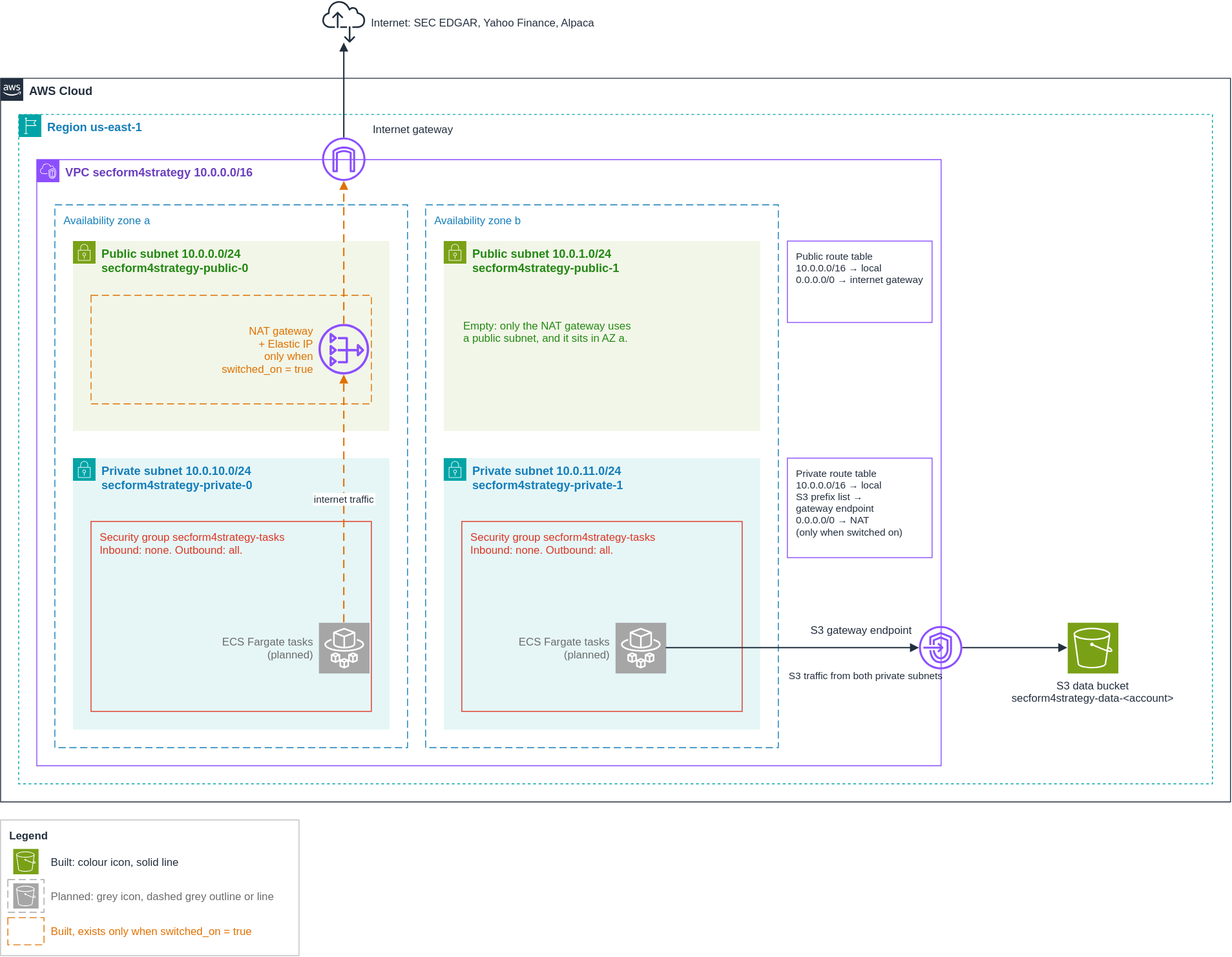
Earlier version of the draw.io export docs/diagrams/aws-network.drawio.svg (josemita87/SecForm4Strategy). Source tidied: cells renumbered, new cells last; positions are measured from the earlier drawing's top-left corner, leaving out a move shared by most shapes.
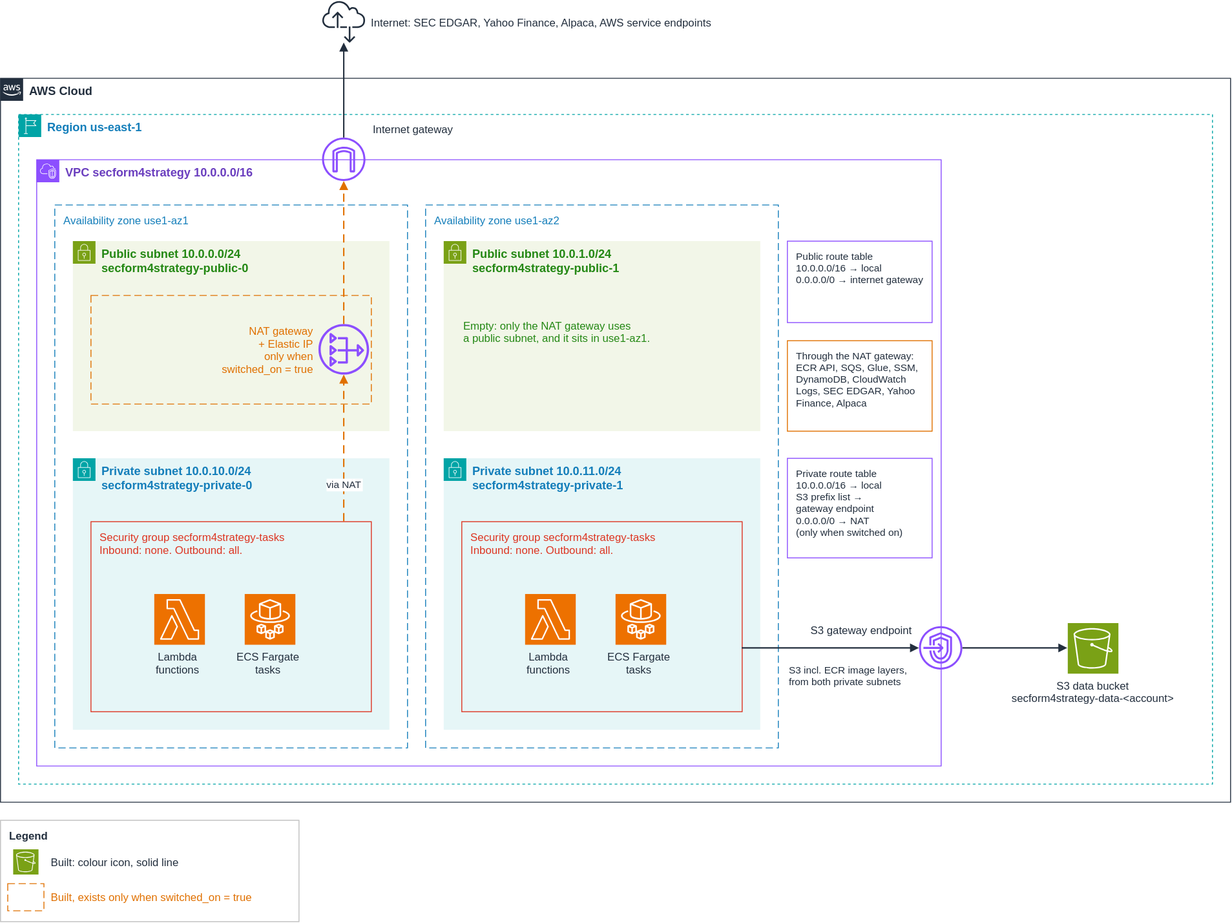
Later version of the same file.

Commit message:
feat: make status, a CloudWatch dashboard, and AWS diagrams as built

Diff of the diagram source:
```diff
@@ -2,7 +2,7 @@
   <root>
     <mxCell id="0" />
     <mxCell id="1" parent="0" />
-    <mxCell id="2" value="Internet: SEC EDGAR, Yahoo Finance, Alpaca" style="outlineConnect=0;fontColor=#232F3E;gradientColor=none;fillColor=#232F3E;strokeColor=none;dashed=0;verticalLabelPosition=bottom;verticalAlign=top;align=center;html=0;fontSize=12;fontStyle=0;shape=mxgraph.aws4.internet_alt2;labelPosition=right;verticalLabelPosition=middle;align=left;verticalAlign=middle;spacingLeft=4;" parent="1" vertex="1">
+    <mxCell id="2" value="Internet: SEC EDGAR, Yahoo Finance, Alpaca, AWS service endpoints" style="outlineConnect=0;fontColor=#232F3E;gradientColor=none;fillColor=#232F3E;strokeColor=none;dashed=0;verticalLabelPosition=bottom;verticalAlign=top;align=center;html=0;fontSize=12;fontStyle=0;shape=mxgraph.aws4.internet_alt2;labelPosition=right;verticalLabelPosition=middle;align=left;verticalAlign=middle;spacingLeft=4;" parent="1" vertex="1">
       <mxGeometry x="356" width="48" height="48" as="geometry" />
     </mxCell>
     <mxCell id="3" value="AWS Cloud" style="gradientColor=none;html=0;fontSize=13;fontStyle=1;shape=mxgraph.aws4.group;verticalAlign=top;align=left;spacingLeft=30;grIcon=mxgraph.aws4.group_aws_cloud_alt;strokeColor=#232F3E;fillColor=none;fontColor=#232F3E;dashed=0;" parent="1" vertex="1">
@@ -14,10 +14,10 @@
     <mxCell id="5" value="VPC secform4strategy  10.0.0.0/16" style="gradientColor=none;html=0;fontSize=13;fontStyle=1;shape=mxgraph.aws4.group;verticalAlign=top;align=left;spacingLeft=30;grIcon=mxgraph.aws4.group_vpc2;strokeColor=#8C4FFF;fillColor=none;fontColor=#6B3FBF;dashed=0;" parent="1" vertex="1">
       <mxGeometry x="40" y="176" width="1000" height="670" as="geometry" />
     </mxCell>
-    <mxCell id="6" value="Availability zone a" style="rounded=0;arcSize=6;html=0;fillColor=none;strokeColor=#147EBA;fontColor=#147EBA;fontSize=12;fontStyle=0;verticalAlign=top;align=left;spacingLeft=8;spacingTop=4;spacingRight=8;dashed=1;dashPattern=8 4;" parent="1" vertex="1">
+    <mxCell id="6" value="Availability zone use1-az1" style="rounded=0;arcSize=6;html=0;fillColor=none;strokeColor=#147EBA;fontColor=#147EBA;fontSize=12;fontStyle=0;verticalAlign=top;align=left;spacingLeft=8;spacingTop=4;spacingRight=8;dashed=1;dashPattern=8 4;" parent="1" vertex="1">
       <mxGeometry x="60" y="226" width="390" height="600" as="geometry" />
     </mxCell>
-    <mxCell id="7" value="Availability zone b" style="rounded=0;arcSize=6;html=0;fillColor=none;strokeColor=#147EBA;fontColor=#147EBA;fontSize=12;fontStyle=0;verticalAlign=top;align=left;spacingLeft=8;spacingTop=4;spacingRight=8;dashed=1;dashPattern=8 4;" parent="1" vertex="1">
+    <mxCell id="7" value="Availability zone use1-az2" style="rounded=0;arcSize=6;html=0;fillColor=none;strokeColor=#147EBA;fontColor=#147EBA;fontSize=12;fontStyle=0;verticalAlign=top;align=left;spacingLeft=8;spacingTop=4;spacingRight=8;dashed=1;dashPattern=8 4;" parent="1" vertex="1">
       <mxGeometry x="470" y="226" width="390" height="600" as="geometry" />
     </mxCell>
     <mxCell id="8" value="Public subnet 10.0.0.0/24&#10;secform4strategy-public-0" style="gradientColor=none;html=0;fontSize=13;fontStyle=1;shape=mxgraph.aws4.group;verticalAlign=top;align=left;spacingLeft=30;grIcon=mxgraph.aws4.group_security_group;grStroke=0;strokeColor=#7AA116;fillColor=#F2F6E8;fontColor=#248814;dashed=0;" parent="1" vertex="1">
@@ -26,7 +26,7 @@
     <mxCell id="9" value="Public subnet 10.0.1.0/24&#10;secform4strategy-public-1" style="gradientColor=none;html=0;fontSize=13;fontStyle=1;shape=mxgraph.aws4.group;verticalAlign=top;align=left;spacingLeft=30;grIcon=mxgraph.aws4.group_security_group;grStroke=0;strokeColor=#7AA116;fillColor=#F2F6E8;fontColor=#248814;dashed=0;" parent="1" vertex="1">
       <mxGeometry x="490" y="266" width="350" height="210" as="geometry" />
     </mxCell>
-    <mxCell id="10" value="Empty: only the NAT gateway uses&#10;a public subnet, and it sits in AZ a." style="text;html=0;strokeColor=none;fillColor=none;align=left;verticalAlign=middle;fontSize=12;fontColor=#248814;fontStyle=0;" parent="1" vertex="1">
+    <mxCell id="10" value="Empty: only the NAT gateway uses&#10;a public subnet, and it sits in use1-az1." style="text;html=0;strokeColor=none;fillColor=none;align=left;verticalAlign=middle;fontSize=12;fontColor=#248814;fontStyle=0;" parent="1" vertex="1">
       <mxGeometry x="510" y="336" width="310" height="60" as="geometry" />
     </mxCell>
     <mxCell id="11" style="rounded=0;arcSize=6;html=0;fillColor=none;strokeColor=#E07000;fontColor=#232F3E;fontSize=12;fontStyle=0;verticalAlign=top;align=left;spacingLeft=8;spacingTop=4;spacingRight=8;dashed=1;dashPattern=8 4;" parent="1" vertex="1">
@@ -47,11 +47,11 @@
     <mxCell id="16" value="Security group secform4strategy-tasks&#10;Inbound: none. Outbound: all." style="rounded=0;arcSize=6;html=0;fillColor=none;strokeColor=#DD3522;fontColor=#DD3522;fontSize=12;fontStyle=0;verticalAlign=top;align=left;spacingLeft=8;spacingTop=4;spacingRight=8;" parent="1" vertex="1">
       <mxGeometry x="510" y="576" width="310" height="210" as="geometry" />
     </mxCell>
-    <mxCell id="17" value="ECS Fargate tasks&#10;(planned)" style="points=[[0,0,0],[0.25,0,0],[0.5,0,0],[0.75,0,0],[1,0,0],[0,1,0],[0.25,1,0],[0.5,1,0],[0.75,1,0],[1,1,0],[0,0.25,0],[0,0.5,0],[0,0.75,0],[1,0.25,0],[1,0.5,0],[1,0.75,0]];outlineConnect=0;fontColor=#6B6B6B;fillColor=#A6A6A6;strokeColor=#ffffff;dashed=0;verticalLabelPosition=bottom;verticalAlign=top;align=center;html=0;fontSize=12;fontStyle=0;shape=mxgraph.aws4.resourceIcon;resIcon=mxgraph.aws4.fargate;labelPosition=left;verticalLabelPosition=middle;align=right;verticalAlign=middle;spacingRight=4;" parent="1" vertex="1">
-      <mxGeometry x="352" y="688" width="56" height="56" as="geometry" />
+    <mxCell id="17" value="ECS Fargate&#10;tasks" style="points=[[0,0,0],[0.25,0,0],[0.5,0,0],[0.75,0,0],[1,0,0],[0,1,0],[0.25,1,0],[0.5,1,0],[0.75,1,0],[1,1,0],[0,0.25,0],[0,0.5,0],[0,0.75,0],[1,0.25,0],[1,0.5,0],[1,0.75,0]];outlineConnect=0;fontColor=#232F3E;fillColor=#ED7100;strokeColor=#ffffff;dashed=0;verticalLabelPosition=bottom;verticalAlign=top;align=center;html=0;fontSize=12;fontStyle=0;shape=mxgraph.aws4.resourceIcon;resIcon=mxgraph.aws4.fargate;labelPosition=center;spacingRight=4;" parent="1" vertex="1">
+      <mxGeometry x="270" y="656" width="56" height="56" as="geometry" />
     </mxCell>
-    <mxCell id="18" value="ECS Fargate tasks&#10;(planned)" style="points=[[0,0,0],[0.25,0,0],[0.5,0,0],[0.75,0,0],[1,0,0],[0,1,0],[0.25,1,0],[0.5,1,0],[0.75,1,0],[1,1,0],[0,0.25,0],[0,0.5,0],[0,0.75,0],[1,0.25,0],[1,0.5,0],[1,0.75,0]];outlineConnect=0;fontColor=#6B6B6B;fillColor=#A6A6A6;strokeColor=#ffffff;dashed=0;verticalLabelPosition=bottom;verticalAlign=top;align=center;html=0;fontSize=12;fontStyle=0;shape=mxgraph.aws4.resourceIcon;resIcon=mxgraph.aws4.fargate;labelPosition=left;verticalLabelPosition=middle;align=right;verticalAlign=middle;spacingRight=4;" parent="1" vertex="1">
-      <mxGeometry x="680" y="688" width="56" height="56" as="geometry" />
+    <mxCell id="18" value="ECS Fargate&#10;tasks" style="points=[[0,0,0],[0.25,0,0],[0.5,0,0],[0.75,0,0],[1,0,0],[0,1,0],[0.25,1,0],[0.5,1,0],[0.75,1,0],[1,1,0],[0,0.25,0],[0,0.5,0],[0,0.75,0],[1,0.25,0],[1,0.5,0],[1,0.75,0]];outlineConnect=0;fontColor=#232F3E;fillColor=#ED7100;strokeColor=#ffffff;dashed=0;verticalLabelPosition=bottom;verticalAlign=top;align=center;html=0;fontSize=12;fontStyle=0;shape=mxgraph.aws4.resourceIcon;resIcon=mxgraph.aws4.fargate;labelPosition=center;spacingRight=4;" parent="1" vertex="1">
+      <mxGeometry x="680" y="656" width="56" height="56" as="geometry" />
     </mxCell>
     <mxCell id="19" style="outlineConnect=0;fontColor=#232F3E;gradientColor=none;fillColor=#8C4FFF;strokeColor=none;dashed=0;verticalLabelPosition=bottom;verticalAlign=top;align=center;html=0;fontSize=12;fontStyle=0;shape=mxgraph.aws4.internet_gateway;" parent="1" vertex="1">
       <mxGeometry x="356" y="152" width="48" height="48" as="geometry" />
@@ -71,14 +71,14 @@
     <mxCell id="24" value="S3 gateway endpoint" style="text;html=0;strokeColor=none;fillColor=none;align=right;verticalAlign=middle;fontSize=12;fontColor=#232F3E;fontStyle=0;" parent="1" vertex="1">
       <mxGeometry x="860" y="686" width="150" height="20" as="geometry" />
     </mxCell>
-    <mxCell id="25" value="S3 traffic from both private subnets" style="text;html=0;strokeColor=none;fillColor=none;align=left;verticalAlign=middle;fontSize=11;fontColor=#232F3E;fontStyle=0;" parent="1" vertex="1">
-      <mxGeometry x="870" y="726" width="140" height="40" as="geometry" />
+    <mxCell id="25" value="S3 incl. ECR image layers,&#10;from both private subnets" style="text;html=0;strokeColor=none;fillColor=none;align=left;verticalAlign=middle;fontSize=11;fontColor=#232F3E;fontStyle=0;" parent="1" vertex="1">
+      <mxGeometry x="870" y="728" width="170" height="36" as="geometry" />
     </mxCell>
     <mxCell id="26" value="S3 data bucket&#10;secform4strategy-data-&lt;account&gt;" style="points=[[0,0,0],[0.25,0,0],[0.5,0,0],[0.75,0,0],[1,0,0],[0,1,0],[0.25,1,0],[0.5,1,0],[0.75,1,0],[1,1,0],[0,0.25,0],[0,0.5,0],[0,0.75,0],[1,0.25,0],[1,0.5,0],[1,0.75,0]];outlineConnect=0;fontColor=#232F3E;fillColor=#7AA116;strokeColor=#ffffff;dashed=0;verticalLabelPosition=bottom;verticalAlign=top;align=center;html=0;fontSize=12;fontStyle=0;shape=mxgraph.aws4.resourceIcon;resIcon=mxgraph.aws4.s3;" parent="1" vertex="1">
       <mxGeometry x="1180" y="688" width="56" height="56" as="geometry" />
     </mxCell>
-    <mxCell id="27" value="internet traffic" style="edgeStyle=orthogonalEdgeStyle;rounded=0;html=0;endArrow=block;endFill=1;strokeWidth=1.5;strokeColor=#E07000;fontColor=#232F3E;fontSize=11;labelBackgroundColor=#ffffff;dashed=1;dashPattern=6 4;exitX=0.5;exitY=0;exitDx=0;exitDy=0;entryX=0.5;entryY=1;entryDx=0;entryDy=0;" parent="1" edge="1" source="17" target="12">
-      <mxGeometry relative="1" as="geometry" />
+    <mxCell id="27" value="via NAT" style="edgeStyle=orthogonalEdgeStyle;rounded=0;html=0;endArrow=block;endFill=1;strokeWidth=1.5;strokeColor=#E07000;fontColor=#232F3E;fontSize=11;labelBackgroundColor=#ffffff;dashed=1;dashPattern=6 4;exitX=0.9032258064516129;exitY=0;exitDx=0;exitDy=0;entryX=0.5;entryY=1;entryDx=0;entryDy=0;" parent="1" edge="1" source="15" target="12">
+      <mxGeometry x="-0.5" relative="1" as="geometry" />
     </mxCell>
     <mxCell id="28" style="edgeStyle=orthogonalEdgeStyle;rounded=0;html=0;endArrow=block;endFill=1;strokeWidth=1.5;strokeColor=#E07000;fontColor=#232F3E;fontSize=11;labelBackgroundColor=#ffffff;dashed=1;dashPattern=6 4;exitX=0.5;exitY=0;exitDx=0;exitDy=0;entryX=0.5;entryY=1;entryDx=0;entryDy=0;" parent="1" edge="1" source="12" target="19">
       <mxGeometry relative="1" as="geometry" />
@@ -86,14 +86,14 @@
     <mxCell id="29" style="edgeStyle=orthogonalEdgeStyle;rounded=0;html=0;endArrow=block;endFill=1;strokeWidth=1.5;strokeColor=#232F3E;fontColor=#232F3E;fontSize=11;labelBackgroundColor=#ffffff;exitX=0.5;exitY=0;exitDx=0;exitDy=0;entryX=0.5;entryY=1;entryDx=0;entryDy=0;" parent="1" edge="1" source="19" target="2">
       <mxGeometry relative="1" as="geometry" />
     </mxCell>
-    <mxCell id="30" style="edgeStyle=orthogonalEdgeStyle;rounded=0;html=0;endArrow=block;endFill=1;strokeWidth=1.5;strokeColor=#232F3E;fontColor=#232F3E;fontSize=11;labelBackgroundColor=#ffffff;exitX=1;exitY=0.5;exitDx=0;exitDy=0;entryX=0;entryY=0.5;entryDx=0;entryDy=0;" parent="1" edge="1" source="18" target="23">
+    <mxCell id="30" style="edgeStyle=orthogonalEdgeStyle;rounded=0;html=0;endArrow=block;endFill=1;strokeWidth=1.5;strokeColor=#232F3E;fontColor=#232F3E;fontSize=11;labelBackgroundColor=#ffffff;exitX=1;exitY=0.6666666666666666;exitDx=0;exitDy=0;entryX=0;entryY=0.5;entryDx=0;entryDy=0;" parent="1" edge="1" source="16" target="23">
       <mxGeometry relative="1" as="geometry" />
     </mxCell>
     <mxCell id="31" style="edgeStyle=orthogonalEdgeStyle;rounded=0;html=0;endArrow=block;endFill=1;strokeWidth=1.5;strokeColor=#232F3E;fontColor=#232F3E;fontSize=11;labelBackgroundColor=#ffffff;exitX=1;exitY=0.5;exitDx=0;exitDy=0;entryX=0;entryY=0.5;entryDx=0;entryDy=0;" parent="1" edge="1" source="23" target="26">
       <mxGeometry relative="1" as="geometry" />
     </mxCell>
     <mxCell id="32" value="Legend" style="rounded=0;arcSize=6;html=0;fillColor=#FFFFFF;strokeColor=#BFBFBF;fontColor=#232F3E;fontSize=12;fontStyle=1;verticalAlign=top;align=left;spacingLeft=8;spacingTop=4;spacingRight=8;" parent="1" vertex="1">
-      <mxGeometry y="906" width="330" height="150" as="geometry" />
+      <mxGeometry y="906" width="330" height="112" as="geometry" />
     </mxCell>
     <mxCell id="33" style="fontColor=#232F3E;fillColor=#7AA116;strokeColor=#ffffff;dashed=0;verticalLabelPosition=bottom;verticalAlign=top;align=center;html=0;fontSize=12;fontStyle=0;shape=mxgraph.aws4.resourceIcon;resIcon=mxgraph.aws4.s3;" parent="1" vertex="1">
       <mxGeometry x="14" y="938" width="28" height="28" as="geometry" />
@@ -101,20 +101,20 @@
     <mxCell id="34" value="Built: colour icon, solid line" style="text;html=0;strokeColor=none;fillColor=none;align=left;verticalAlign=middle;fontSize=12;fontColor=#232F3E;fontStyle=0;" parent="1" vertex="1">
       <mxGeometry x="54" y="938" width="270" height="28" as="geometry" />
     </mxCell>
-    <mxCell id="35" style="fontColor=#6B6B6B;fillColor=#A6A6A6;strokeColor=#ffffff;dashed=0;verticalLabelPosition=bottom;verticalAlign=top;align=center;html=0;fontSize=12;fontStyle=0;shape=mxgraph.aws4.resourceIcon;resIcon=mxgraph.aws4.s3;" parent="1" vertex="1">
-      <mxGeometry x="14" y="976" width="28" height="28" as="geometry" />
-    </mxCell>
-    <mxCell id="36" style="rounded=0;arcSize=6;html=0;fillColor=none;strokeColor=#A6A6A6;fontColor=#232F3E;fontSize=12;fontStyle=0;verticalAlign=top;align=left;spacingLeft=8;spacingTop=4;spacingRight=8;dashed=1;dashPattern=8 4;" parent="1" vertex="1">
-      <mxGeometry x="8" y="972" width="40" height="36" as="geometry" />
-    </mxCell>
-    <mxCell id="37" value="Planned: grey icon, dashed grey outline or line" style="text;html=0;strokeColor=none;fillColor=none;align=left;verticalAlign=middle;fontSize=12;fontColor=#6B6B6B;fontStyle=0;" parent="1" vertex="1">
-      <mxGeometry x="54" y="976" width="270" height="28" as="geometry" />
-    </mxCell>
     <mxCell id="38" style="rounded=0;arcSize=6;html=0;fillColor=none;strokeColor=#E07000;fontColor=#232F3E;fontSize=12;fontStyle=0;verticalAlign=top;align=left;spacingLeft=8;spacingTop=4;spacingRight=8;dashed=1;dashPattern=8 4;" parent="1" vertex="1">
-      <mxGeometry x="8" y="1014" width="40" height="30" as="geometry" />
+      <mxGeometry x="8" y="976" width="40" height="30" as="geometry" />
     </mxCell>
     <mxCell id="39" value="Built, exists only when switched_on = true" style="text;html=0;strokeColor=none;fillColor=none;align=left;verticalAlign=middle;fontSize=12;fontColor=#E07000;fontStyle=0;" parent="1" vertex="1">
-      <mxGeometry x="54" y="1014" width="270" height="30" as="geometry" />
+      <mxGeometry x="54" y="976" width="270" height="30" as="geometry" />
     </mxCell>
+    <mxCell id="40" value="Lambda&#10;functions" style="fontColor=#232F3E;fillColor=#ED7100;strokeColor=#ffffff;dashed=0;verticalLabelPosition=bottom;verticalAlign=top;align=center;html=0;fontSize=12;fontStyle=0;shape=mxgraph.aws4.resourceIcon;resIcon=mxgraph.aws4.lambda;labelPosition=center;spacingRight=4;" parent="1" vertex="1">
+      <mxGeometry x="170" y="656" width="56" height="56" as="geometry" />
+    </mxCell>
+    <mxCell id="41" value="Lambda&#10;functions" style="fontColor=#232F3E;fillColor=#ED7100;strokeColor=#ffffff;dashed=0;verticalLabelPosition=bottom;verticalAlign=top;align=center;html=0;fontSize=12;fontStyle=0;shape=mxgraph.aws4.resourceIcon;resIcon=mxgraph.aws4.lambda;labelPosition=center;spacingRight=4;" parent="1" vertex="1">
+      <mxGeometry x="580" y="656" width="56" height="56" as="geometry" />
+    </mxCell>
+    <mxCell id="42" value="Through the NAT gateway:&#10;ECR API, SQS, Glue, SSM,&#10;DynamoDB, CloudWatch&#10;Logs, SEC EDGAR, Yahoo&#10;Finance, Alpaca" style="rounded=0;arcSize=6;html=0;fillColor=#FFFFFF;strokeColor=#E07000;fontColor=#232F3E;fontSize=11;fontStyle=0;verticalAlign=top;align=left;spacingLeft=8;spacingTop=4;spacingRight=8;" parent="1" vertex="1">
+      <mxGeometry x="870" y="376" width="160" height="100" as="geometry" />
+    </mxCell>
   </root>
 </mxGraphModel>
```
